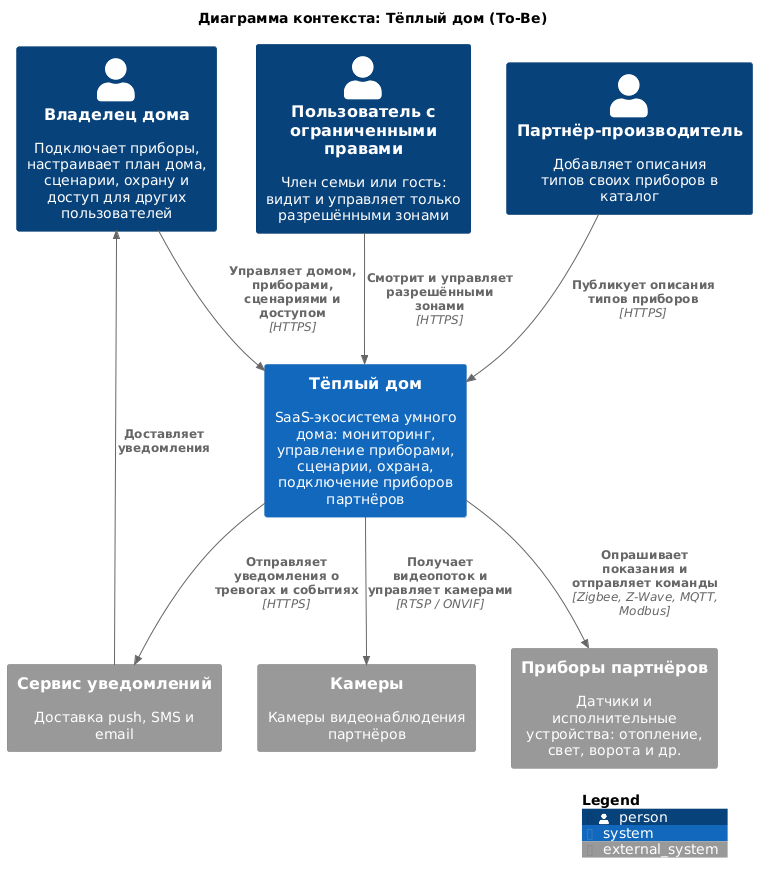
Above: diagrams/c4-context.png in Lyamin-av/architecture-warmhouse (PlantUML), before the change. The source it was exported from:
```plantuml
@startuml c4-context
!include <C4/C4_Context>

title Диаграмма контекста: Тёплый дом (To-Be)

Person(homeowner, "Владелец дома", "Подключает приборы, настраивает план дома, сценарии, охрану и доступ для других пользователей")
Person(member, "Пользователь с ограниченными правами", "Член семьи или гость: видит и управляет только разрешёнными зонами")
Person(partner, "Партнёр-производитель", "Добавляет описания типов своих приборов в каталог")

System(warmhouse, "Тёплый дом", "SaaS-экосистема умного дома: мониторинг, управление приборами, сценарии, охрана, подключение приборов партнёров")

System_Ext(devices, "Приборы партнёров", "Датчики и исполнительные устройства: отопление, свет, ворота и др.")
System_Ext(cameras, "Камеры", "Камеры видеонаблюдения партнёров")
System_Ext(notify, "Сервис уведомлений", "Доставка push, SMS и email")

Rel(homeowner, warmhouse, "Управляет домом, приборами, сценариями и доступом", "HTTPS")
Rel(member, warmhouse, "Смотрит и управляет разрешёнными зонами", "HTTPS")
Rel(partner, warmhouse, "Публикует описания типов приборов", "HTTPS")

Rel(warmhouse, devices, "Опрашивает показания и отправляет команды", "Zigbee, Z-Wave, MQTT, Modbus")
Rel(warmhouse, cameras, "Получает видеопоток и управляет камерами", "RTSP / ONVIF")
Rel(warmhouse, notify, "Отправляет уведомления о тревогах и событиях", "HTTPS")
Rel(notify, homeowner, "Доставляет уведомления")

SHOW_LEGEND()
@enduml
```
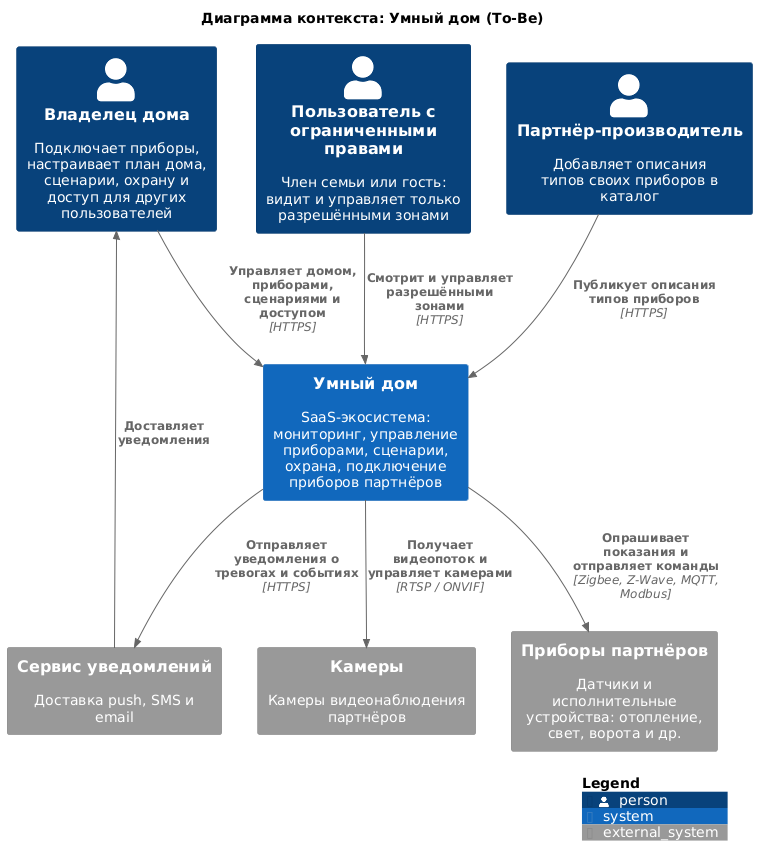
The same diagram one commit later.

Commit message:
Диаграммы контекста: название системы «Умный дом»

What changed in the source:
```diff
@@ -1,13 +1,13 @@
 @startuml c4-context
 !include <C4/C4_Context>
 
-title Диаграмма контекста: Тёплый дом (To-Be)
+title Диаграмма контекста: Умный дом (To-Be)
 
 Person(homeowner, "Владелец дома", "Подключает приборы, настраивает план дома, сценарии, охрану и доступ для других пользователей")
 Person(member, "Пользователь с ограниченными правами", "Член семьи или гость: видит и управляет только разрешёнными зонами")
 Person(partner, "Партнёр-производитель", "Добавляет описания типов своих приборов в каталог")
 
-System(warmhouse, "Тёплый дом", "SaaS-экосистема умного дома: мониторинг, управление приборами, сценарии, охрана, подключение приборов партнёров")
+System(warmhouse, "Умный дом", "SaaS-экосистема: мониторинг, управление приборами, сценарии, охрана, подключение приборов партнёров")
 
 System_Ext(devices, "Приборы партнёров", "Датчики и исполнительные устройства: отопление, свет, ворота и др.")
 System_Ext(cameras, "Камеры", "Камеры видеонаблюдения партнёров")
```
